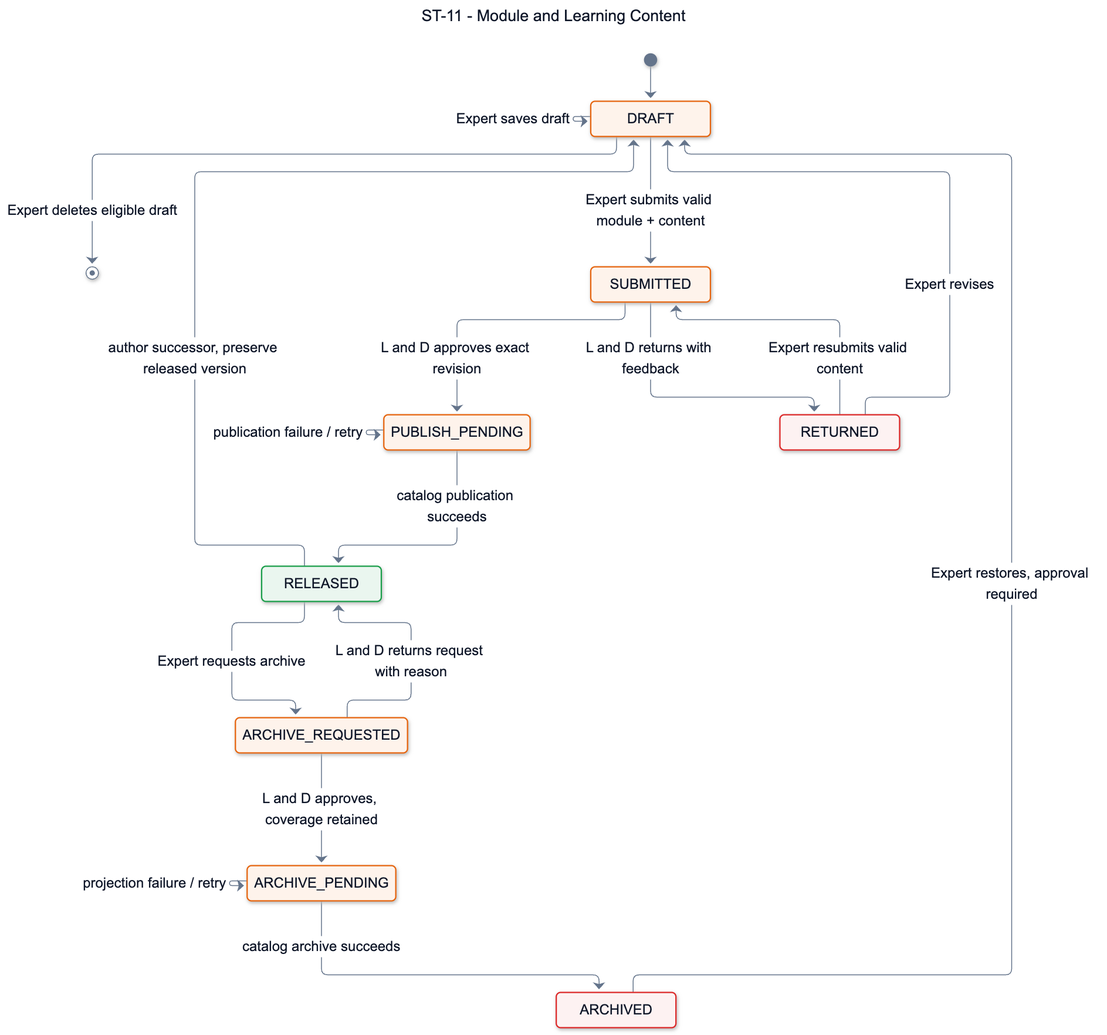
Above: documents/diagrams/mermaid/st-11.png in SEP490-Fall-2026-GFA26SE64/SEP490 (Mermaid), before the change. Its source is kept beside it as documents/diagrams/mermaid/st-11.mmd.
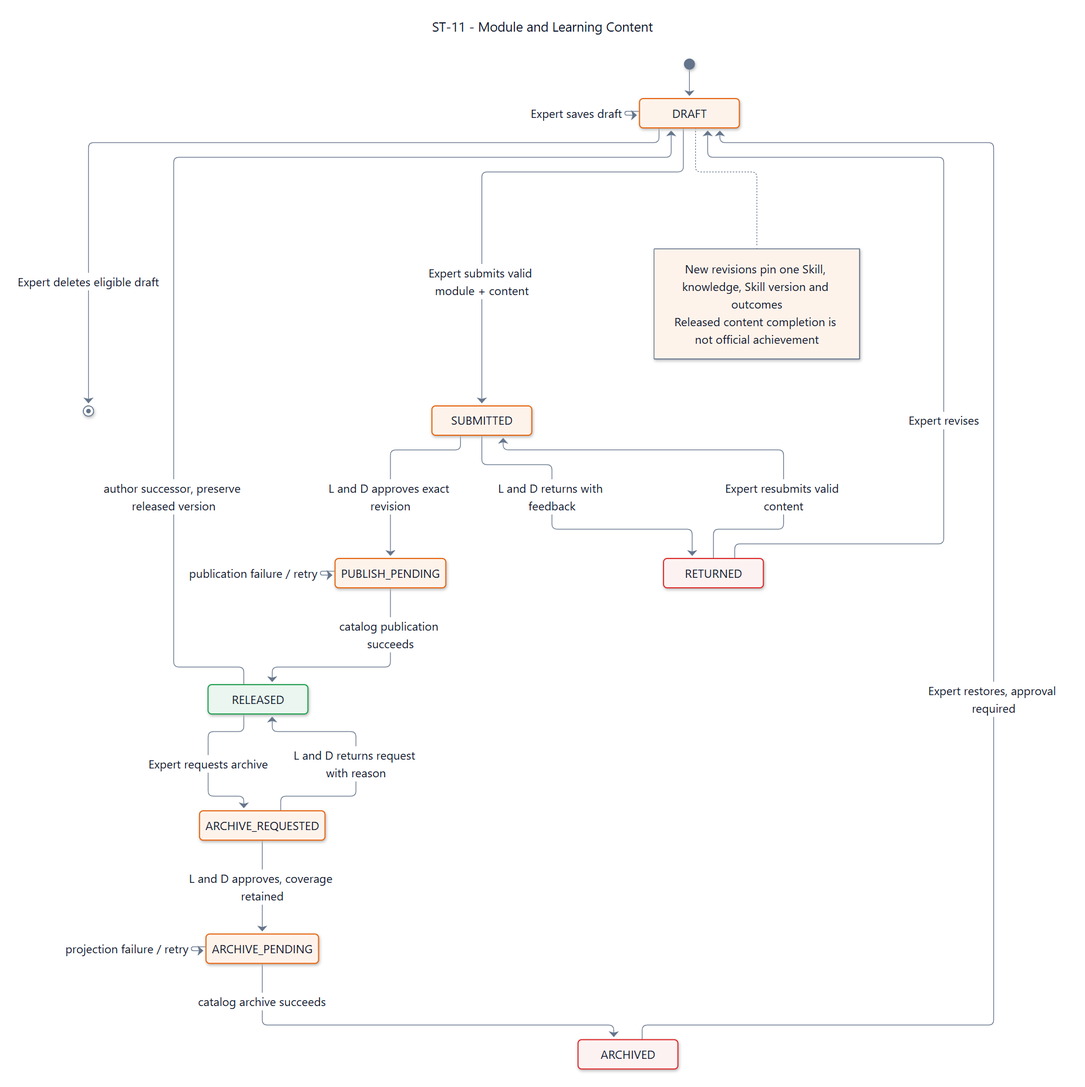
The same file after the commit.

Change to the diagram source:
```diff
@@ -2,6 +2,7 @@
 title: "ST-11 - Module and Learning Content"
 config: {"theme":"base","fontFamily":"Segoe UI, Arial, sans-serif","themeVariables":{"fontFamily":"Segoe UI, Arial, sans-serif","fontSize":"16px","primaryColor":"#ffffff","primaryTextColor":"#0f1729","primaryBorderColor":"#64748b","secondaryColor":"#fef3eb","tertiaryColor":"#ffffff","lineColor":"#64748b","textColor":"#0f1729","mainBkg":"#ffffff","background":"#ffffff","clusterBkg":"#ffffff","clusterBorder":"#64748b","edgeLabelBackground":"#ffffff","titleColor":"#0f1729","noteBkgColor":"#fef3eb","noteTextColor":"#0f1729","noteBorderColor":"#e6650f","labelColor":"#0f1729","compositeBackground":"#ffffff","compositeTitleBackground":"#ffffff","compositeBorder":"#64748b","altBackground":"#ffffff","nodeBorder":"#64748b","nodeTextColor":"#0f1729","cScale0":"#ffffff","cScaleLabel0":"#0f1729","cScale1":"#ffffff","cScaleLabel1":"#0f1729","cScale2":"#ffffff","cScaleLabel2":"#0f1729","cScale3":"#ffffff","cScaleLabel3":"#0f1729","cScale4":"#ffffff","cScaleLabel4":"#0f1729","cScale5":"#ffffff","cScaleLabel5":"#0f1729","cScale6":"#ffffff","cScaleLabel6":"#0f1729","cScale7":"#ffffff","cScaleLabel7":"#0f1729","cScale8":"#ffffff","cScaleLabel8":"#0f1729","cScale9":"#ffffff","cScaleLabel9":"#0f1729","cScale10":"#ffffff","cScaleLabel10":"#0f1729","cScale11":"#ffffff","cScaleLabel11":"#0f1729","secondaryBorderColor":"#64748b","tertiaryBorderColor":"#64748b","secondaryTextColor":"#0f1729","tertiaryTextColor":"#0f1729"},"state":{"nodeSpacing":42,"rankSpacing":64,"padding":16,"fontSize":16,"wrappingWidth":250}}
 ---
+
 stateDiagram-v2
   state "DRAFT" as SDD_ST_11_Draft
   state "SUBMITTED" as SDD_ST_11_Submitted
@@ -36,3 +37,8 @@
   class SDD_ST_11_Draft,SDD_ST_11_Submitted,SDD_ST_11_PublishPending,SDD_ST_11_ArchiveRequested,SDD_ST_11_ArchivePending working
   class SDD_ST_11_Returned,SDD_ST_11_Archived attention
   class SDD_ST_11_Released accepted
+
+  note right of SDD_ST_11_Draft
+    New revisions pin one Skill, knowledge, Skill version and outcomes
+    Released content completion is not official achievement
+  end note
```
